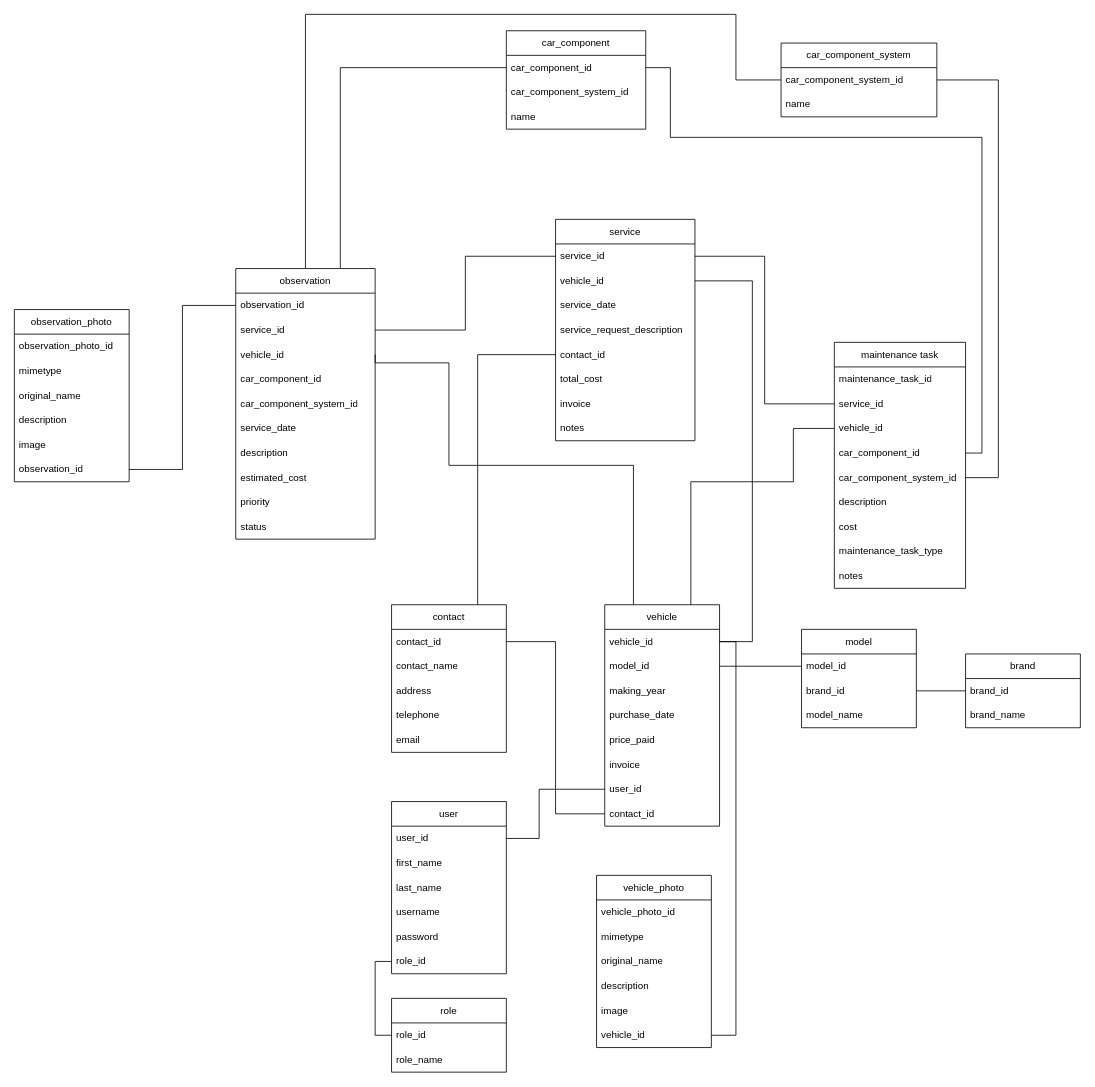
TurboGraphxBeige/vehicles-ownership-management keeps this draw.io diagram as server/doc/database schema.drawio. Above is the earlier version. Source tidied: cells renumbered, new cells numbered last; positions are measured from the earlier drawing's top-left corner, leaving out a move shared by most shapes. Both pictures are drawn from the tidied source at 82%, with x=0, y=0 at pixel (14, 14).
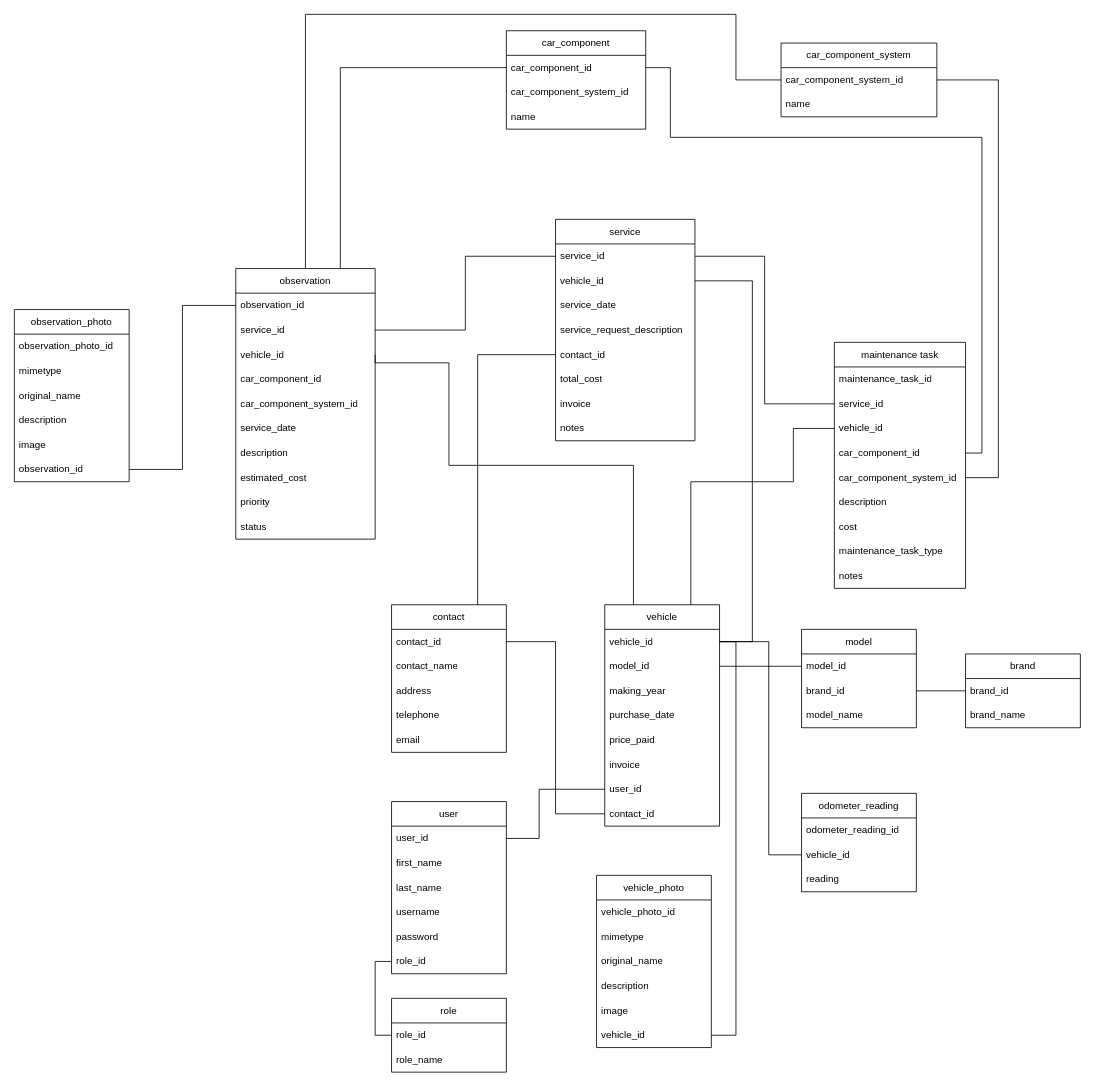
After the change.

The change refers to these unchanged cells:
```xml
<mxCell id="3" value="vehicle_id" style="text;strokeColor=none;fillColor=none;align=left;verticalAlign=middle;spacingLeft=4;spacingRight=4;overflow=hidden;points=[[0,0.5],[1,0.5]];portConstraint=eastwest;whiteSpace=wrap;html=1;" parent="2" vertex="1">
  <mxGeometry y="30" width="140" height="30" as="geometry" />
</mxCell>
```

The edit, as a diff of the source:
```diff
@@
+    <mxCell id="102" value="odometer_reading" style="swimlane;fontStyle=0;horizontal=1;startSize=30;whiteSpace=wrap;html=1;" parent="1" vertex="1">
+      <mxGeometry x="960" y="950" width="140" height="120" as="geometry" />
+    </mxCell>
+    <mxCell id="103" value="odometer_reading_id" style="text;strokeColor=none;fillColor=none;align=left;verticalAlign=middle;spacingLeft=4;spacingRight=4;overflow=hidden;whiteSpace=wrap;html=1;" parent="102" vertex="1">
+      <mxGeometry y="30" width="140" height="30" as="geometry" />
+    </mxCell>
+    <mxCell id="104" value="vehicle_id" style="text;strokeColor=none;fillColor=none;align=left;verticalAlign=middle;spacingLeft=4;spacingRight=4;overflow=hidden;points=[[0,0.5],[1,0.5]];portConstraint=eastwest;whiteSpace=wrap;html=1;" parent="102" vertex="1">
+      <mxGeometry y="60" width="140" height="30" as="geometry" />
+    </mxCell>
+    <mxCell id="105" value="reading" style="text;strokeColor=none;fillColor=none;align=left;verticalAlign=middle;spacingLeft=4;spacingRight=4;overflow=hidden;whiteSpace=wrap;html=1;" parent="102" vertex="1">
+      <mxGeometry y="90" width="140" height="30" as="geometry" />
+    </mxCell>
+    <mxCell id="106" style="edgeStyle=orthogonalEdgeStyle;rounded=0;jettySize=auto;html=1;exitX=0;exitY=0.5;exitDx=0;exitDy=0;entryX=1;entryY=0.5;entryDx=0;entryDy=0;endArrow=none;endFill=0;" parent="1" edge="1" source="104" target="3">
+      <mxGeometry relative="1" as="geometry">
+        <Array as="points">
+          <mxPoint x="920" y="1025" />
+          <mxPoint x="920" y="765" />
+        </Array>
+      </mxGeometry>
+    </mxCell>
```
